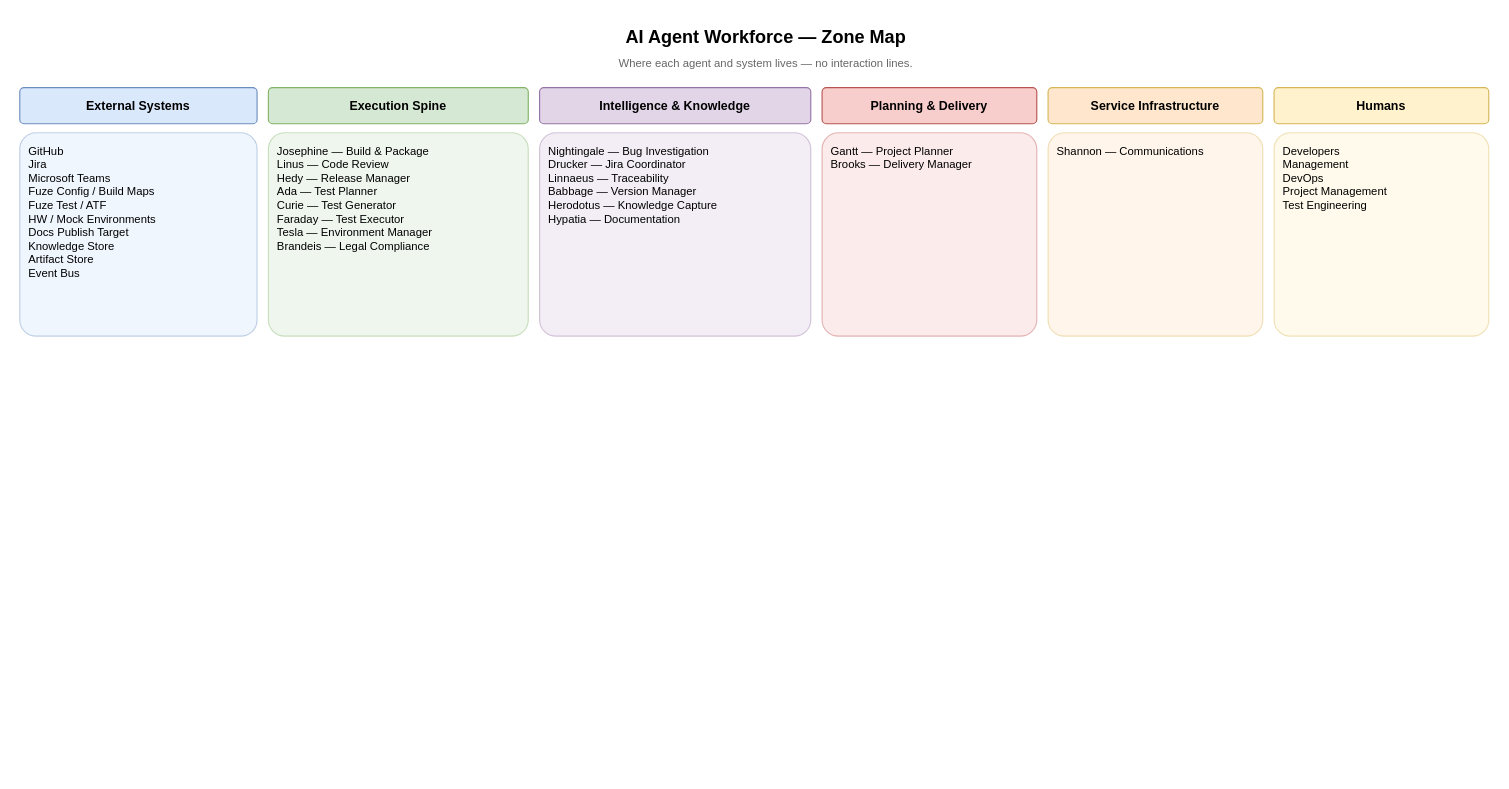
This is diagrams/workforce/AGENT_ZONE_MAP.drawio from jmac-cornelis/agent-workforce, a draw.io file, before an edit. Source tidied: cells renumbered, new cells numbered last; positions are measured from the earlier drawing's top-left corner, leaving out a move shared by most shapes. Both pictures are drawn from the tidied source at 113%, with x=0, y=0 at pixel (19, 19).
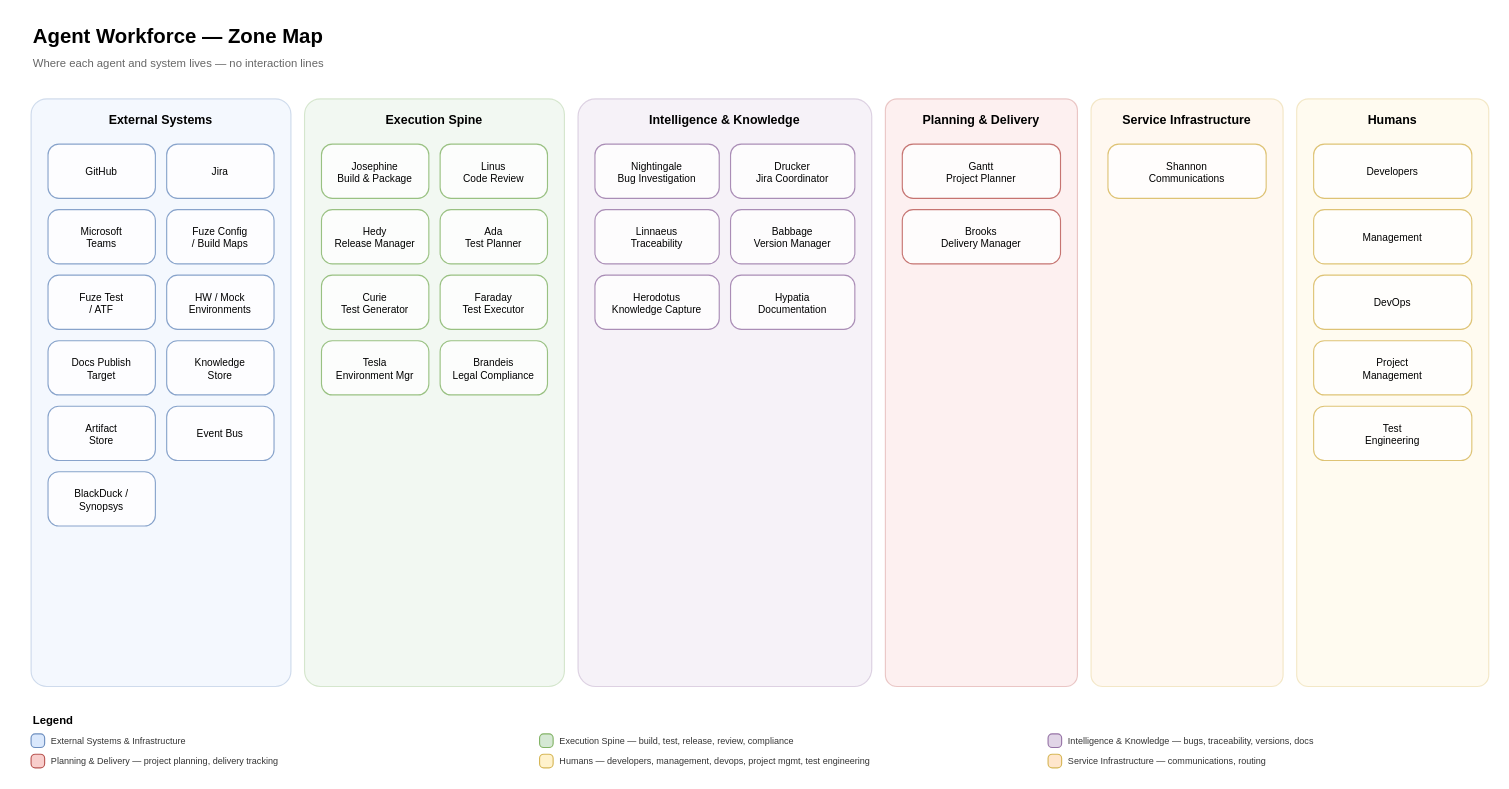
After the change.

Commit message:
Redesign Agent Zone Map to detailed box layout with legend

- Individual rounded boxes for each agent/system inside zone containers
- 6 color-coded zone containers: External Systems, Execution Spine,
  Intelligence & Knowledge, Planning & Delivery, Service Infrastructure,
  Humans
- Added BlackDuck/Synopsys to External Systems
- Legend at bottom with color swatches and zone descriptions
- Re-published AI Agent Workforce page (656572464) — version 36
- All 433 tests pass

Diff of the diagram source:
```diff
@@
-    <mxCell id="2" value="AI Agent Workforce — Zone Map" style="text;html=1;align=center;verticalAlign=middle;strokeColor=none;fillColor=none;fontSize=16;fontStyle=1;" parent="1" vertex="1">
-      <mxGeometry x="490" width="340" height="30" as="geometry" />
-    </mxCell>
-    <mxCell id="3" value="Where each agent and system lives — no interaction lines." style="text;html=1;align=center;verticalAlign=middle;strokeColor=none;fillColor=none;fontSize=10;fontColor=#666666;" parent="1" vertex="1">
-      <mxGeometry x="480" y="28" width="360" height="20" as="geometry" />
-    </mxCell>
+    <mxCell id="16" value="Agent Workforce — Zone Map" style="text;html=1;align=left;verticalAlign=middle;strokeColor=none;fillColor=none;fontSize=18;fontStyle=1;" parent="1" vertex="1">
+      <mxGeometry x="10" width="400" height="30" as="geometry" />
+    </mxCell>
+    <mxCell id="17" value="Where each agent and system lives — no interaction lines" style="text;html=1;align=left;verticalAlign=middle;strokeColor=none;fillColor=none;fontSize=10;fontColor=#666666;" parent="1" vertex="1">
+      <mxGeometry x="10" y="28" width="360" height="20" as="geometry" />
+    </mxCell>
-    <mxCell id="4" value="External Systems" style="rounded=1;whiteSpace=wrap;html=1;fontSize=11;fontStyle=1;verticalAlign=middle;arcSize=12;fillColor=#dae8fc;strokeColor=#6c8ebf;" parent="1" vertex="1">
-      <mxGeometry y="60" width="210" height="32" as="geometry" />
+    <mxCell id="4" value="External Systems" style="rounded=1;whiteSpace=wrap;html=1;arcSize=6;fillColor=#dae8fc;strokeColor=#6c8ebf;opacity=30;verticalAlign=top;fontSize=11;fontStyle=1;spacingTop=6;align=center;dashed=0;" parent="1" vertex="1">
+      <mxGeometry x="10" y="70" width="230" height="520" as="geometry" />
     </mxCell>
-    <mxCell id="5" value="GitHub&#10;Jira&#10;Microsoft Teams&#10;Fuze Config / Build Maps&#10;Fuze Test / ATF&#10;HW / Mock Environments&#10;Docs Publish Target&#10;Knowledge Store&#10;Artifact Store&#10;Event Bus" style="rounded=1;whiteSpace=wrap;fontSize=10;verticalAlign=top;opacity=40;arcSize=8;spacingTop=4;spacingLeft=6;align=left;fillColor=#dae8fc;strokeColor=#6c8ebf;" parent="1" vertex="1">
-      <mxGeometry y="100" width="210" height="180" as="geometry" />
-    </mxCell>
+    <mxCell id="18" value="GitHub" style="rounded=1;whiteSpace=wrap;fontSize=9;verticalAlign=middle;arcSize=20;fillColor=#ffffff;strokeColor=#6c8ebf;opacity=80;spacingTop=2;spacingLeft=4;spacingRight=4;align=center;" parent="1" vertex="1">
+      <mxGeometry x="25" y="110" width="95" height="48" as="geometry" />
+    </mxCell>
+    <mxCell id="19" value="Jira" style="rounded=1;whiteSpace=wrap;fontSize=9;verticalAlign=middle;arcSize=20;fillColor=#ffffff;strokeColor=#6c8ebf;opacity=80;spacingTop=2;spacingLeft=4;spacingRight=4;align=center;" parent="1" vertex="1">
+      <mxGeometry x="130" y="110" width="95" height="48" as="geometry" />
+    </mxCell>
+    <mxCell id="20" value="Microsoft&#10;Teams" style="rounded=1;whiteSpace=wrap;fontSize=9;verticalAlign=middle;arcSize=20;fillColor=#ffffff;strokeColor=#6c8ebf;opacity=80;spacingTop=2;spacingLeft=4;spacingRight=4;align=center;" parent="1" vertex="1">
+      <mxGeometry x="25" y="168" width="95" height="48" as="geometry" />
+    </mxCell>
+    <mxCell id="21" value="Fuze Config&#10;/ Build Maps" style="rounded=1;whiteSpace=wrap;fontSize=9;verticalAlign=middle;arcSize=20;fillColor=#ffffff;strokeColor=#6c8ebf;opacity=80;spacingTop=2;spacingLeft=4;spacingRight=4;align=center;" parent="1" vertex="1">
+      <mxGeometry x="130" y="168" width="95" height="48" as="geometry" />
+    </mxCell>
+    <mxCell id="22" value="Fuze Test&#10;/ ATF" style="rounded=1;whiteSpace=wrap;fontSize=9;verticalAlign=middle;arcSize=20;fillColor=#ffffff;strokeColor=#6c8ebf;opacity=80;spacingTop=2;spacingLeft=4;spacingRight=4;align=center;" parent="1" vertex="1">
+      <mxGeometry x="25" y="226" width="95" height="48" as="geometry" />
+    </mxCell>
+    <mxCell id="23" value="HW / Mock&#10;Environments" style="rounded=1;whiteSpace=wrap;fontSize=9;verticalAlign=middle;arcSize=20;fillColor=#ffffff;strokeColor=#6c8ebf;opacity=80;spacingTop=2;spacingLeft=4;spacingRight=4;align=center;" parent="1" vertex="1">
+      <mxGeometry x="130" y="226" width="95" height="48" as="geometry" />
+    </mxCell>
+    <mxCell id="24" value="Docs Publish&#10;Target" style="rounded=1;whiteSpace=wrap;fontSize=9;verticalAlign=middle;arcSize=20;fillColor=#ffffff;strokeColor=#6c8ebf;opacity=80;spacingTop=2;spacingLeft=4;spacingRight=4;align=center;" parent="1" vertex="1">
+      <mxGeometry x="25" y="284" width="95" height="48" as="geometry" />
+    </mxCell>
+    <mxCell id="25" value="Knowledge&#10;Store" style="rounded=1;whiteSpace=wrap;fontSize=9;verticalAlign=middle;arcSize=20;fillColor=#ffffff;strokeColor=#6c8ebf;opacity=80;spacingTop=2;spacingLeft=4;spacingRight=4;align=center;" parent="1" vertex="1">
+      <mxGeometry x="130" y="284" width="95" height="48" as="geometry" />
+    </mxCell>
+    <mxCell id="26" value="Artifact&#10;Store" style="rounded=1;whiteSpace=wrap;fontSize=9;verticalAlign=middle;arcSize=20;fillColor=#ffffff;strokeColor=#6c8ebf;opacity=80;spacingTop=2;spacingLeft=4;spacingRight=4;align=center;" parent="1" vertex="1">
+      <mxGeometry x="25" y="342" width="95" height="48" as="geometry" />
+    </mxCell>
+    <mxCell id="27" value="Event Bus" style="rounded=1;whiteSpace=wrap;fontSize=9;verticalAlign=middle;arcSize=20;fillColor=#ffffff;strokeColor=#6c8ebf;opacity=80;spacingTop=2;spacingLeft=4;spacingRight=4;align=center;" parent="1" vertex="1">
+      <mxGeometry x="130" y="342" width="95" height="48" as="geometry" />
+    </mxCell>
+    <mxCell id="28" value="BlackDuck /&#10;Synopsys" style="rounded=1;whiteSpace=wrap;fontSize=9;verticalAlign=middle;arcSize=20;fillColor=#ffffff;strokeColor=#6c8ebf;opacity=80;spacingTop=2;spacingLeft=4;spacingRight=4;align=center;" parent="1" vertex="1">
+      <mxGeometry x="25" y="400" width="95" height="48" as="geometry" />
+    </mxCell>
-    <mxCell id="6" value="Execution Spine" style="rounded=1;whiteSpace=wrap;html=1;fontSize=11;fontStyle=1;verticalAlign=middle;arcSize=12;fillColor=#d5e8d4;strokeColor=#82b366;" parent="1" vertex="1">
-      <mxGeometry x="220" y="60" width="230" height="32" as="geometry" />
+    <mxCell id="6" value="Execution Spine" style="rounded=1;whiteSpace=wrap;html=1;arcSize=6;fillColor=#d5e8d4;strokeColor=#82b366;opacity=30;verticalAlign=top;fontSize=11;fontStyle=1;spacingTop=6;align=center;dashed=0;" parent="1" vertex="1">
+      <mxGeometry x="252" y="70" width="230" height="520" as="geometry" />
     </mxCell>
-    <mxCell id="7" value="Josephine — Build &amp; Package&#10;Linus — Code Review&#10;Hedy — Release Manager&#10;Ada — Test Planner&#10;Curie — Test Generator&#10;Faraday — Test Executor&#10;Tesla — Environment Manager&#10;Brandeis — Legal Compliance" style="rounded=1;whiteSpace=wrap;fontSize=10;verticalAlign=top;opacity=40;arcSize=8;spacingTop=4;spacingLeft=6;align=left;fillColor=#d5e8d4;strokeColor=#82b366;" parent="1" vertex="1">
-      <mxGeometry x="220" y="100" width="230" height="180" as="geometry" />
-    </mxCell>
+    <mxCell id="29" value="Josephine&#10;Build &amp; Package" style="rounded=1;whiteSpace=wrap;fontSize=9;verticalAlign=middle;arcSize=20;fillColor=#ffffff;strokeColor=#82b366;opacity=80;spacingTop=2;spacingLeft=4;spacingRight=4;align=center;" parent="1" vertex="1">
+      <mxGeometry x="267" y="110" width="95" height="48" as="geometry" />
+    </mxCell>
+    <mxCell id="30" value="Linus&#10;Code Review" style="rounded=1;whiteSpace=wrap;fontSize=9;verticalAlign=middle;arcSize=20;fillColor=#ffffff;strokeColor=#82b366;opacity=80;spacingTop=2;spacingLeft=4;spacingRight=4;align=center;" parent="1" vertex="1">
+      <mxGeometry x="372" y="110" width="95" height="48" as="geometry" />
+    </mxCell>
+    <mxCell id="31" value="Hedy&#10;Release Manager" style="rounded=1;whiteSpace=wrap;fontSize=9;verticalAlign=middle;arcSize=20;fillColor=#ffffff;strokeColor=#82b366;opacity=80;spacingTop=2;spacingLeft=4;spacingRight=4;align=center;" parent="1" vertex="1">
+      <mxGeometry x="267" y="168" width="95" height="48" as="geometry" />
+    </mxCell>
+    <mxCell id="32" value="Ada&#10;Test Planner" style="rounded=1;whiteSpace=wrap;fontSize=9;verticalAlign=middle;arcSize=20;fillColor=#ffffff;strokeColor=#82b366;opacity=80;spacingTop=2;spacingLeft=4;spacingRight=4;align=center;" parent="1" vertex="1">
+      <mxGeometry x="372" y="168" width="95" height="48" as="geometry" />
+    </mxCell>
+    <mxCell id="33" value="Curie&#10;Test Generator" style="rounded=1;whiteSpace=wrap;fontSize=9;verticalAlign=middle;arcSize=20;fillColor=#ffffff;strokeColor=#82b366;opacity=80;spacingTop=2;spacingLeft=4;spacingRight=4;align=center;" parent="1" vertex="1">
+      <mxGeometry x="267" y="226" width="95" height="48" as="geometry" />
+    </mxCell>
+    <mxCell id="34" value="Faraday&#10;Test Executor" style="rounded=1;whiteSpace=wrap;fontSize=9;verticalAlign=middle;arcSize=20;fillColor=#ffffff;strokeColor=#82b366;opacity=80;spacingTop=2;spacingLeft=4;spacingRight=4;align=center;" parent="1" vertex="1">
+      <mxGeometry x="372" y="226" width="95" height="48" as="geometry" />
+    </mxCell>
+    <mxCell id="35" value="Tesla&#10;Environment Mgr" style="rounded=1;whiteSpace=wrap;fontSize=9;verticalAlign=middle;arcSize=20;fillColor=#ffffff;strokeColor=#82b366;opacity=80;spacingTop=2;spacingLeft=4;spacingRight=4;align=center;" parent="1" vertex="1">
+      <mxGeometry x="267" y="284" width="95" height="48" as="geometry" />
+    </mxCell>
+    <mxCell id="36" value="Brandeis&#10;Legal Compliance" style="rounded=1;whiteSpace=wrap;fontSize=9;verticalAlign=middle;arcSize=20;fillColor=#ffffff;strokeColor=#82b366;opacity=80;spacingTop=2;spacingLeft=4;spacingRight=4;align=center;" parent="1" vertex="1">
+      <mxGeometry x="372" y="284" width="95" height="48" as="geometry" />
+    </mxCell>
-    <mxCell id="8" value="Intelligence &amp; Knowledge" style="rounded=1;whiteSpace=wrap;html=1;fontSize=11;fontStyle=1;verticalAlign=middle;arcSize=12;fillColor=#e1d5e7;strokeColor=#9673a6;" parent="1" vertex="1">
-      <mxGeometry x="460" y="60" width="240" height="32" as="geometry" />
+    <mxCell id="8" value="Intelligence &amp; Knowledge" style="rounded=1;whiteSpace=wrap;html=1;arcSize=6;fillColor=#e1d5e7;strokeColor=#9673a6;opacity=30;verticalAlign=top;fontSize=11;fontStyle=1;spacingTop=6;align=center;dashed=0;" parent="1" vertex="1">
+      <mxGeometry x="494" y="70" width="260" height="520" as="geometry" />
     </mxCell>
-    <mxCell id="9" value="Nightingale — Bug Investigation&#10;Drucker — Jira Coordinator&#10;Linnaeus — Traceability&#10;Babbage — Version Manager&#10;Herodotus — Knowledge Capture&#10;Hypatia — Documentation" style="rounded=1;whiteSpace=wrap;fontSize=10;verticalAlign=top;opacity=40;arcSize=8;spacingTop=4;spacingLeft=6;align=left;fillColor=#e1d5e7;strokeColor=#9673a6;" parent="1" vertex="1">
-      <mxGeometry x="460" y="100" width="240" height="180" as="geometry" />
-    </mxCell>
+    <mxCell id="37" value="Nightingale&#10;Bug Investigation" style="rounded=1;whiteSpace=wrap;fontSize=9;verticalAlign=middle;arcSize=20;fillColor=#ffffff;strokeColor=#9673a6;opacity=80;spacingTop=2;spacingLeft=4;spacingRight=4;align=center;" parent="1" vertex="1">
+      <mxGeometry x="509" y="110" width="110" height="48" as="geometry" />
+    </mxCell>
+    <mxCell id="38" value="Drucker&#10;Jira Coordinator" style="rounded=1;whiteSpace=wrap;fontSize=9;verticalAlign=middle;arcSize=20;fillColor=#ffffff;strokeColor=#9673a6;opacity=80;spacingTop=2;spacingLeft=4;spacingRight=4;align=center;" parent="1" vertex="1">
+      <mxGeometry x="629" y="110" width="110" height="48" as="geometry" />
+    </mxCell>
+    <mxCell id="39" value="Linnaeus&#10;Traceability" style="rounded=1;whiteSpace=wrap;fontSize=9;verticalAlign=middle;arcSize=20;fillColor=#ffffff;strokeColor=#9673a6;opacity=80;spacingTop=2;spacingLeft=4;spacingRight=4;align=center;" parent="1" vertex="1">
+      <mxGeometry x="509" y="168" width="110" height="48" as="geometry" />
+    </mxCell>
+    <mxCell id="40" value="Babbage&#10;Version Manager" style="rounded=1;whiteSpace=wrap;fontSize=9;verticalAlign=middle;arcSize=20;fillColor=#ffffff;strokeColor=#9673a6;opacity=80;spacingTop=2;spacingLeft=4;spacingRight=4;align=center;" parent="1" vertex="1">
+      <mxGeometry x="629" y="168" width="110" height="48" as="geometry" />
+    </mxCell>
+    <mxCell id="41" value="Herodotus&#10;Knowledge Capture" style="rounded=1;whiteSpace=wrap;fontSize=9;verticalAlign=middle;arcSize=20;fillColor=#ffffff;strokeColor=#9673a6;opacity=80;spacingTop=2;spacingLeft=4;spacingRight=4;align=center;" parent="1" vertex="1">
+      <mxGeometry x="509" y="226" width="110" height="48" as="geometry" />
+    </mxCell>
+    <mxCell id="42" value="Hypatia&#10;Documentation" style="rounded=1;whiteSpace=wrap;fontSize=9;verticalAlign=middle;arcSize=20;fillColor=#ffffff;strokeColor=#9673a6;opacity=80;spacingTop=2;spacingLeft=4;spacingRight=4;align=center;" parent="1" vertex="1">
+      <mxGeometry x="629" y="226" width="110" height="48" as="geometry" />
+    </mxCell>
-    <mxCell id="10" value="Planning &amp; Delivery" style="rounded=1;whiteSpace=wrap;html=1;fontSize=11;fontStyle=1;verticalAlign=middle;arcSize=12;fillColor=#f8cecc;strokeColor=#b85450;" parent="1" vertex="1">
-      <mxGeometry x="710" y="60" width="190" height="32" as="geometry" />
+    <mxCell id="10" value="Planning &amp; Delivery" style="rounded=1;whiteSpace=wrap;html=1;arcSize=6;fillColor=#f8cecc;strokeColor=#b85450;opacity=30;verticalAlign=top;fontSize=11;fontStyle=1;spacingTop=6;align=center;dashed=0;" parent="1" vertex="1">
+      <mxGeometry x="766" y="70" width="170" height="520" as="geometry" />
     </mxCell>
-    <mxCell id="11" value="Gantt — Project Planner&#10;Brooks — Delivery Manager" style="rounded=1;whiteSpace=wrap;fontSize=10;verticalAlign=top;opacity=40;arcSize=8;spacingTop=4;spacingLeft=6;align=left;fillColor=#f8cecc;strokeColor=#b85450;" parent="1" vertex="1">
-      <mxGeometry x="710" y="100" width="190" height="180" as="geometry" />
-    </mxCell>
+    <mxCell id="43" value="Gantt&#10;Project Planner" style="rounded=1;whiteSpace=wrap;fontSize=9;verticalAlign=middle;arcSize=20;fillColor=#ffffff;strokeColor=#b85450;opacity=80;spacingTop=2;spacingLeft=4;spacingRight=4;align=center;" parent="1" vertex="1">
+      <mxGeometry x="781" y="110" width="140" height="48" as="geometry" />
+    </mxCell>
+    <mxCell id="44" value="Brooks&#10;Delivery Manager" style="rounded=1;whiteSpace=wrap;fontSize=9;verticalAlign=middle;arcSize=20;fillColor=#ffffff;strokeColor=#b85450;opacity=80;spacingTop=2;spacingLeft=4;spacingRight=4;align=center;" parent="1" vertex="1">
+      <mxGeometry x="781" y="168" width="140" height="48" as="geometry" />
+    </mxCell>
-    <mxCell id="12" value="Service Infrastructure" style="rounded=1;whiteSpace=wrap;html=1;fontSize=11;fontStyle=1;verticalAlign=middle;arcSize=12;fillColor=#ffe6cc;strokeColor=#d6b656;" parent="1" vertex="1">
-      <mxGeometry x="910" y="60" width="190" height="32" as="geometry" />
+    <mxCell id="12" value="Service Infrastructure" style="rounded=1;whiteSpace=wrap;html=1;arcSize=6;fillColor=#ffe6cc;strokeColor=#d6b656;opacity=30;verticalAlign=top;fontSize=11;fontStyle=1;spacingTop=6;align=center;dashed=0;" parent="1" vertex="1">
+      <mxGeometry x="948" y="70" width="170" height="520" as="geometry" />
     </mxCell>
-    <mxCell id="13" value="Shannon — Communications" style="rounded=1;whiteSpace=wrap;fontSize=10;verticalAlign=top;opacity=40;arcSize=8;spacingTop=4;spacingLeft=6;align=left;fillColor=#ffe6cc;strokeColor=#d6b656;" parent="1" vertex="1">
-      <mxGeometry x="910" y="100" width="190" height="180" as="geometry" />
-    </mxCell>
+    <mxCell id="45" value="Shannon&#10;Communications" style="rounded=1;whiteSpace=wrap;fontSize=9;verticalAlign=middle;arcSize=20;fillColor=#ffffff;strokeColor=#d6b656;opacity=80;spacingTop=2;spacingLeft=4;spacingRight=4;align=center;" parent="1" vertex="1">
+      <mxGeometry x="963" y="110" width="140" height="48" as="geometry" />
+    </mxCell>
-    <mxCell id="14" value="Humans" style="rounded=1;whiteSpace=wrap;html=1;fontSize=11;fontStyle=1;verticalAlign=middle;arcSize=12;fillColor=#fff2cc;strokeColor=#d6b656;" parent="1" vertex="1">
-      <mxGeometry x="1110" y="60" width="190" height="32" as="geometry" />
+    <mxCell id="14" value="Humans" style="rounded=1;whiteSpace=wrap;html=1;arcSize=6;fillColor=#fff2cc;strokeColor=#d6b656;opacity=30;verticalAlign=top;fontSize=11;fontStyle=1;spacingTop=6;align=center;dashed=0;" parent="1" vertex="1">
+      <mxGeometry x="1130" y="70" width="170" height="520" as="geometry" />
     </mxCell>
-    <mxCell id="15" value="Developers&#10;Management&#10;DevOps&#10;Project Management&#10;Test Engineering" style="rounded=1;whiteSpace=wrap;fontSize=10;verticalAlign=top;opacity=40;arcSize=8;spacingTop=4;spacingLeft=6;align=left;fillColor=#fff2cc;strokeColor=#d6b656;" parent="1" vertex="1">
-      <mxGeometry x="1110" y="100" width="190" height="180" as="geometry" />
-    </mxCell>
+    <mxCell id="46" value="Developers" style="rounded=1;whiteSpace=wrap;fontSize=9;verticalAlign=middle;arcSize=20;fillColor=#ffffff;strokeColor=#d6b656;opacity=80;spacingTop=2;spacingLeft=4;spacingRight=4;align=center;" parent="1" vertex="1">
+      <mxGeometry x="1145" y="110" width="140" height="48" as="geometry" />
+    </mxCell>
+    <mxCell id="47" value="Management" style="rounded=1;whiteSpace=wrap;fontSize=9;verticalAlign=middle;arcSize=20;fillColor=#ffffff;strokeColor=#d6b656;opacity=80;spacingTop=2;spacingLeft=4;spacingRight=4;align=center;" parent="1" vertex="1">
+      <mxGeometry x="1145" y="168" width="140" height="48" as="geometry" />
+    </mxCell>
+    <mxCell id="48" value="DevOps" style="rounded=1;whiteSpace=wrap;fontSize=9;verticalAlign=middle;arcSize=20;fillColor=#ffffff;strokeColor=#d6b656;opacity=80;spacingTop=2;spacingLeft=4;spacingRight=4;align=center;" parent="1" vertex="1">
+      <mxGeometry x="1145" y="226" width="140" height="48" as="geometry" />
+    </mxCell>
+    <mxCell id="49" value="Project&#10;Management" style="rounded=1;whiteSpace=wrap;fontSize=9;verticalAlign=middle;arcSize=20;fillColor=#ffffff;strokeColor=#d6b656;opacity=80;spacingTop=2;spacingLeft=4;spacingRight=4;align=center;" parent="1" vertex="1">
+      <mxGeometry x="1145" y="284" width="140" height="48" as="geometry" />
+    </mxCell>
+    <mxCell id="50" value="Test&#10;Engineering" style="rounded=1;whiteSpace=wrap;fontSize=9;verticalAlign=middle;arcSize=20;fillColor=#ffffff;strokeColor=#d6b656;opacity=80;spacingTop=2;spacingLeft=4;spacingRight=4;align=center;" parent="1" vertex="1">
+      <mxGeometry x="1145" y="342" width="140" height="48" as="geometry" />
+    </mxCell>
+    <mxCell id="51" value="Legend" style="text;html=1;align=left;verticalAlign=middle;strokeColor=none;fillColor=none;fontSize=10;fontStyle=1;" parent="1" vertex="1">
+      <mxGeometry x="10" y="610" width="60" height="20" as="geometry" />
+    </mxCell>
+    <mxCell id="52" style="rounded=1;whiteSpace=wrap;fillColor=#dae8fc;strokeColor=#6c8ebf;arcSize=30;" parent="1" vertex="1">
+      <mxGeometry x="10" y="632" width="12" height="12" as="geometry" />
+    </mxCell>
+    <mxCell id="53" value="External Systems &amp; Infrastructure" style="text;html=1;align=left;verticalAlign=middle;strokeColor=none;fillColor=none;fontSize=8;fontColor=#333333;" parent="1" vertex="1">
+      <mxGeometry x="26" y="630" width="165" height="16" as="geometry" />
+    </mxCell>
+    <mxCell id="54" style="rounded=1;whiteSpace=wrap;fillColor=#d5e8d4;strokeColor=#82b366;arcSize=30;" parent="1" vertex="1">
+      <mxGeometry x="460" y="632" width="12" height="12" as="geometry" />
+    </mxCell>
+    <mxCell id="55" value="Execution Spine — build, test, release, review, compliance" style="text;html=1;align=left;verticalAlign=middle;strokeColor=none;fillColor=none;fontSize=8;fontColor=#333333;" parent="1" vertex="1">
+      <mxGeometry x="476" y="630" width="290" height="16" as="geometry" />
+    </mxCell>
+    <mxCell id="56" style="rounded=1;whiteSpace=wrap;fillColor=#e1d5e7;strokeColor=#9673a6;arcSize=30;" parent="1" vertex="1">
+      <mxGeometry x="910" y="632" width="12" height="12" as="geometry" />
+    </mxCell>
+    <mxCell id="57" value="Intelligence &amp; Knowledge — bugs, traceability, versions, docs" style="text;html=1;align=left;verticalAlign=middle;strokeColor=none;fillColor=none;fontSize=8;fontColor=#333333;" parent="1" vertex="1">
+      <mxGeometry x="926" y="630" width="305" height="16" as="geometry" />
+    </mxCell>
+    <mxCell id="58" style="rounded=1;whiteSpace=wrap;fillColor=#f8cecc;strokeColor=#b85450;arcSize=30;" parent="1" vertex="1">
+      <mxGeometry x="10" y="650" width="12" height="12" as="geometry" />
+    </mxCell>
+    <mxCell id="59" value="Planning &amp; Delivery — project planning, delivery tracking" style="text;html=1;align=left;verticalAlign=middle;strokeColor=none;fillColor=none;fontSize=8;fontColor=#333333;" parent="1" vertex="1">
+      <mxGeometry x="26" y="648" width="285" height="16" as="geometry" />
+    </mxCell>
+    <mxCell id="60" style="rounded=1;whiteSpace=wrap;fillColor=#fff2cc;strokeColor=#d6b656;arcSize=30;" parent="1" vertex="1">
+      <mxGeometry x="460" y="650" width="12" height="12" as="geometry" />
+    </mxCell>
+    <mxCell id="61" value="Humans — developers, management, devops, project mgmt, test engineering" style="text;html=1;align=left;verticalAlign=middle;strokeColor=none;fillColor=none;fontSize=8;fontColor=#333333;" parent="1" vertex="1">
+      <mxGeometry x="476" y="648" width="355" height="16" as="geometry" />
+    </mxCell>
+    <mxCell id="62" style="rounded=1;whiteSpace=wrap;fillColor=#ffe6cc;strokeColor=#d6b656;arcSize=30;" parent="1" vertex="1">
+      <mxGeometry x="910" y="650" width="12" height="12" as="geometry" />
+    </mxCell>
+    <mxCell id="63" value="Service Infrastructure — communications, routing" style="text;html=1;align=left;verticalAlign=middle;strokeColor=none;fillColor=none;fontSize=8;fontColor=#333333;" parent="1" vertex="1">
+      <mxGeometry x="926" y="648" width="240" height="16" as="geometry" />
+    </mxCell>
```
